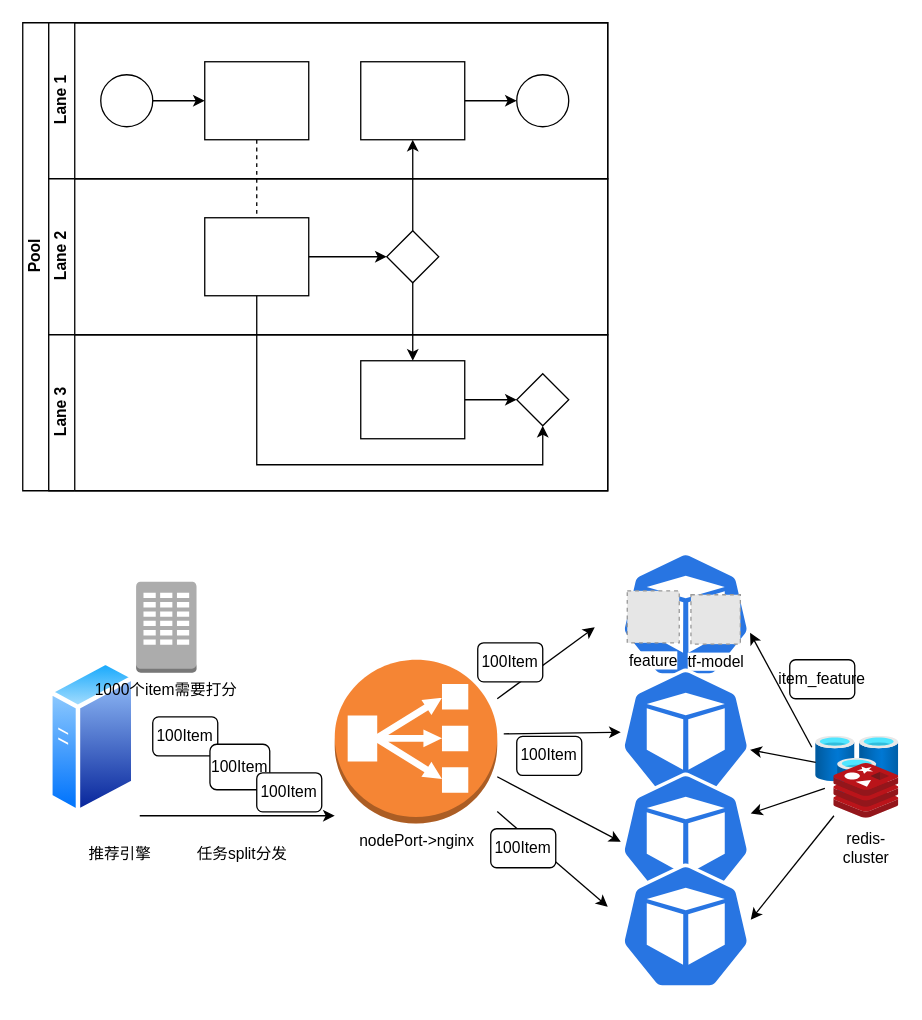
Above: Untitled Diagram.drawio in hudengjunai/Colab_notebooks (draw.io), before the change. Source tidied: cells renumbered, new cells numbered last; positions are measured from the earlier drawing's top-left corner, leaving out a move shared by most shapes. Both pictures are drawn from the tidied source at 130%, with x=0, y=0 at pixel (22, 22). Pictures stored in the file or linked from it are replaced by grey dashed boxes.
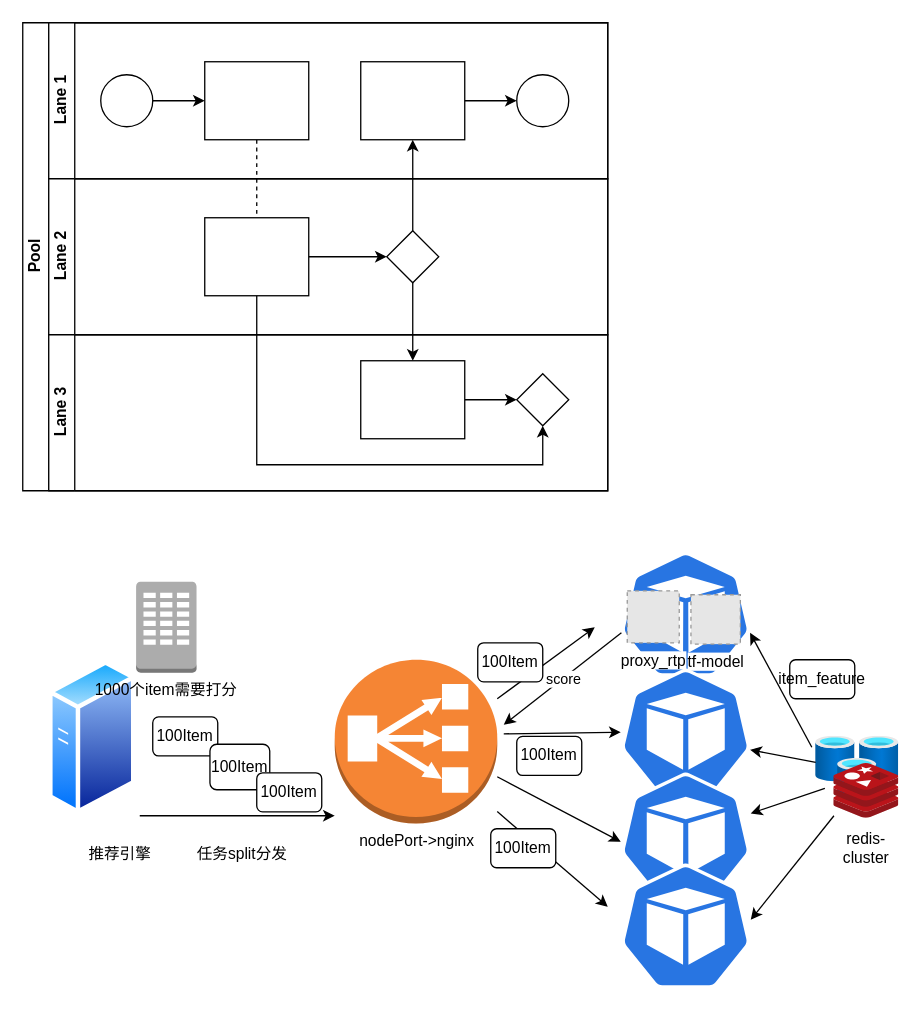
Above is the later version.

The change refers to these unchanged cells:
```xml
<mxCell id="25" style="html=1;dashed=0;whitespace=wrap;fillColor=#2875E2;strokeColor=#ffffff;points=[[0.005,0.63,0],[0.1,0.2,0],[0.9,0.2,0],[0.5,0,0],[0.995,0.63,0],[0.72,0.99,0],[0.5,1,0],[0.28,0.99,0]];shape=mxgraph.kubernetes.icon;prIcon=pod;" parent="1" vertex="1">
  <mxGeometry x="460" y="400" width="100" height="110" as="geometry" />
</mxCell>
```

Diff of the diagram source:
```diff
@@
-    <mxCell id="29" value="feature" style="fillColor=#E6E6E6;strokeColor=#999999;dashed=1;html=1;verticalAlign=top;verticalLabelPosition=bottom;labelBackgroundColor=#ffffff;" parent="1" vertex="1">
+    <mxCell id="29" value="proxy_rtp" style="fillColor=#E6E6E6;strokeColor=#999999;dashed=1;html=1;verticalAlign=top;verticalLabelPosition=bottom;labelBackgroundColor=#ffffff;" parent="1" vertex="1">
       <mxGeometry x="465" y="437" width="40" height="40" as="geometry" />
     </mxCell>
@@
+    <mxCell id="52" style="endArrow=classic;html=1;exitX=0.005;exitY=0.63;exitDx=0;exitDy=0;exitPerimeter=0;" parent="1" edge="1" source="25">
+      <mxGeometry relative="1" as="geometry">
+        <mxPoint x="370" y="540" as="targetPoint" />
+      </mxGeometry>
+    </mxCell>
+    <mxCell id="53" value="score" style="edgeLabel;html=1;align=center;verticalAlign=middle;" parent="52" vertex="1">
+      <mxGeometry relative="1" as="geometry" />
+    </mxCell>
```
